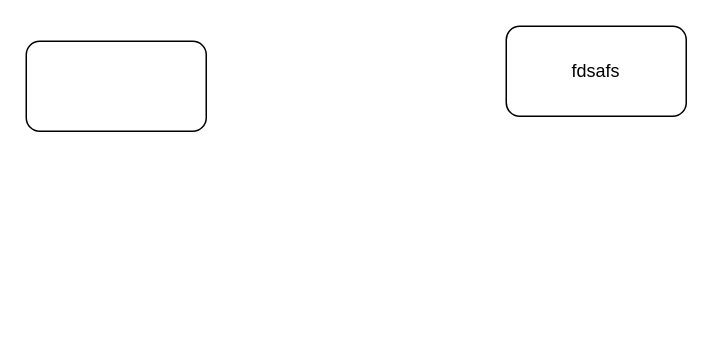
Earlier version of the draw.io diagram 未命名绘图.drawio (wulinghui/draw-java). Source tidied: cells renumbered, new cells numbered last; positions are measured from the earlier drawing's top-left corner, leaving out a move shared by most shapes. Both pictures are drawn from the tidied source at 150%, with x=0, y=0 at pixel (26, 26).
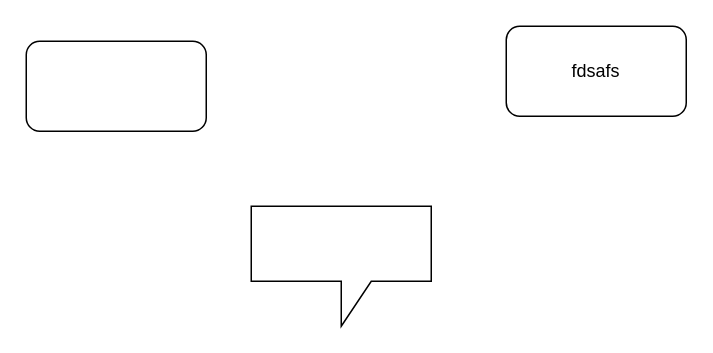
The same diagram, later.

The edit, as a diff of the source:
```diff
@@
 <mxGraphModel>
   <root>
     <mxCell id="0" />
     <mxCell id="1" parent="0" />
     <mxCell id="2" value="fdsafs" style="rounded=1;whiteSpace=wrap;html=1;" parent="1" vertex="1">
       <mxGeometry x="320" width="120" height="60" as="geometry" />
     </mxCell>
     <mxCell id="3" style="rounded=1;whiteSpace=wrap;html=1;" parent="1" vertex="1">
       <mxGeometry y="10" width="120" height="60" as="geometry" />
     </mxCell>
+    <mxCell id="4" style="shape=callout;whiteSpace=wrap;html=1;perimeter=calloutPerimeter;" parent="1" vertex="1">
+      <mxGeometry x="150" y="120" width="120" height="80" as="geometry" />
+    </mxCell>
   </root>
 </mxGraphModel>
```
